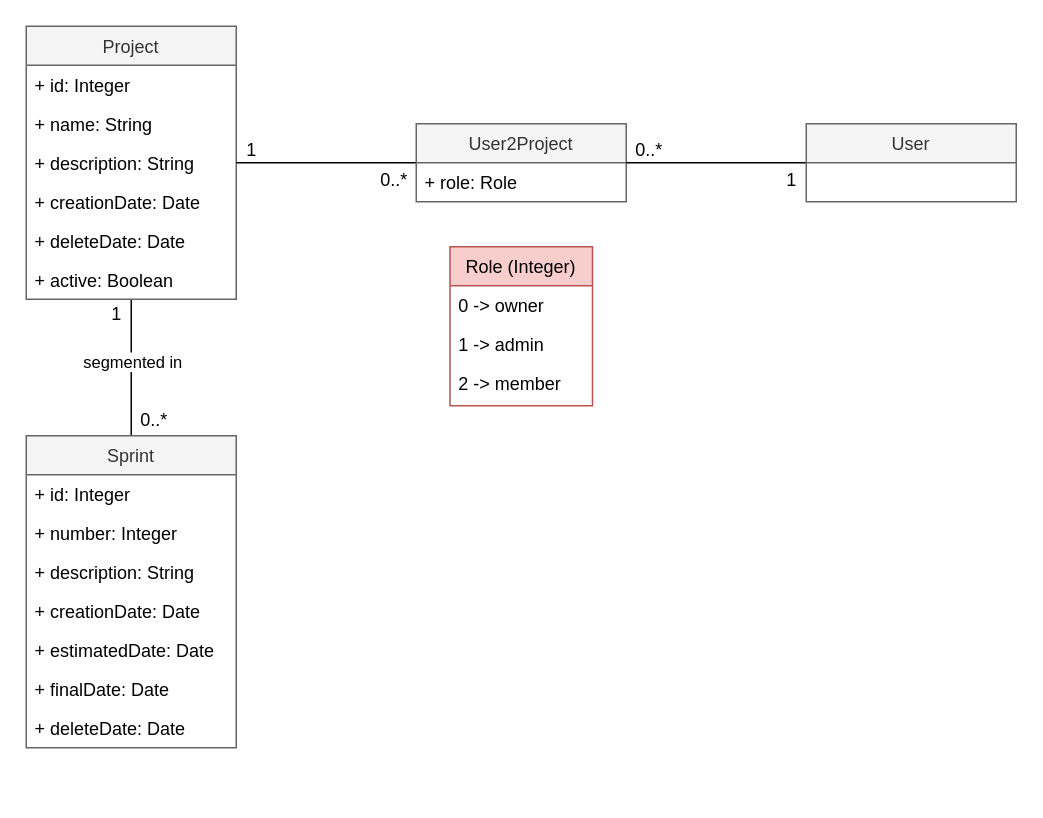
The draw.io diagram page "Project" (3 of 5) of documentation/iMan - UML.drawio in danaremar/iMan, before the edit. Source tidied: cells renumbered, new cells numbered last; positions are measured from the earlier drawing's top-left corner, leaving out a move shared by most shapes. Both pictures are drawn from the tidied source at 150%, with x=0, y=0 at pixel (26, 26).
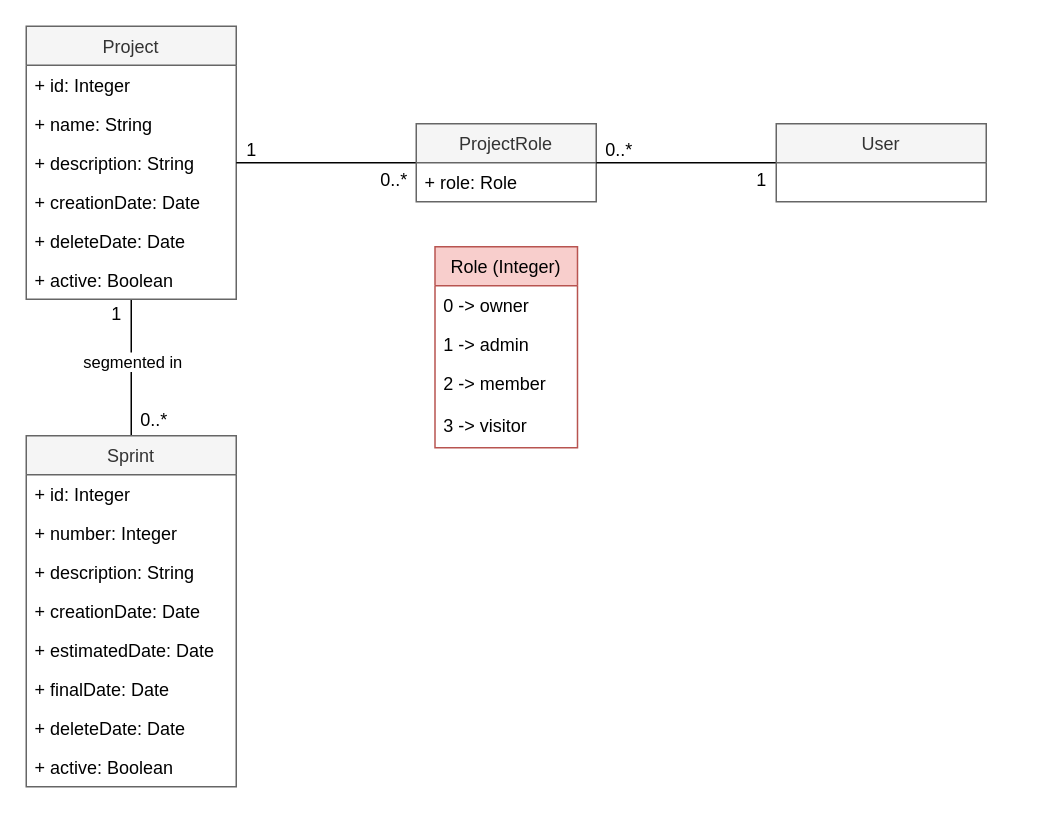
The same diagram, later.

The edit, as a diff of the source:
```diff
@@
     <mxCell id="11" value="Sprint" style="swimlane;fontStyle=0;horizontal=1;startSize=26;fillColor=#f5f5f5;strokeColor=#666666;fontColor=#333333;" parent="1" vertex="1">
-      <mxGeometry y="273" width="140" height="208" as="geometry" />
+      <mxGeometry y="273" width="140" height="234" as="geometry" />
     </mxCell>
@@
+    <mxCell id="34" value="+ active: Boolean" style="text;strokeColor=none;fillColor=none;align=left;verticalAlign=top;spacingLeft=4;spacingRight=4;overflow=hidden;" parent="11" vertex="1">
+      <mxGeometry y="208" width="140" height="26" as="geometry" />
+    </mxCell>
@@
-    <mxCell id="22" value="User2Project" style="swimlane;fontStyle=0;horizontal=1;startSize=26;fillColor=#f5f5f5;strokeColor=#666666;fontColor=#333333;" parent="1" vertex="1">
-      <mxGeometry x="260" y="65" width="140" height="52" as="geometry" />
+    <mxCell id="22" value="ProjectRole" style="swimlane;fontStyle=0;horizontal=1;startSize=26;fillColor=#f5f5f5;strokeColor=#666666;fontColor=#333333;" parent="1" vertex="1">
+      <mxGeometry x="260" y="65" width="120" height="52" as="geometry" />
     </mxCell>
     <mxCell id="23" value="+ role: Role" style="text;strokeColor=none;fillColor=none;align=left;verticalAlign=top;spacingLeft=4;spacingRight=4;overflow=hidden;" parent="22" vertex="1">
-      <mxGeometry y="26" width="140" height="26" as="geometry" />
+      <mxGeometry y="26" width="120" height="26" as="geometry" />
     </mxCell>
@@
     <mxCell id="25" value="User" style="swimlane;fontStyle=0;horizontal=1;startSize=26;fillColor=#f5f5f5;strokeColor=#666666;fontColor=#333333;" parent="1" vertex="1">
-      <mxGeometry x="520" y="65" width="140" height="52" as="geometry" />
+      <mxGeometry x="500" y="65" width="140" height="52" as="geometry" />
     </mxCell>
@@
     <mxCell id="28" value="0..*" style="text;html=1;align=center;verticalAlign=middle;" parent="1" vertex="1">
-      <mxGeometry x="400" y="73" width="30" height="20" as="geometry" />
+      <mxGeometry x="380" y="73" width="30" height="20" as="geometry" />
     </mxCell>
     <mxCell id="29" value="1" style="text;html=1;align=center;verticalAlign=middle;" parent="1" vertex="1">
-      <mxGeometry x="500" y="93" width="20" height="20" as="geometry" />
+      <mxGeometry x="480" y="93" width="20" height="20" as="geometry" />
     </mxCell>
     <mxCell id="30" value="Role (Integer)" style="swimlane;fontStyle=0;horizontal=1;startSize=26;fillColor=#f8cecc;strokeColor=#b85450;" parent="1" vertex="1">
-      <mxGeometry x="282.5" y="147" width="95" height="106" as="geometry" />
+      <mxGeometry x="272.5" y="147" width="95" height="134" as="geometry" />
     </mxCell>
@@
+    <mxCell id="35" value="3 -&gt; visitor" style="text;strokeColor=none;fillColor=none;align=left;verticalAlign=top;spacingLeft=4;spacingRight=4;overflow=hidden;" parent="30" vertex="1">
+      <mxGeometry y="106" width="95" height="28" as="geometry" />
+    </mxCell>
```
